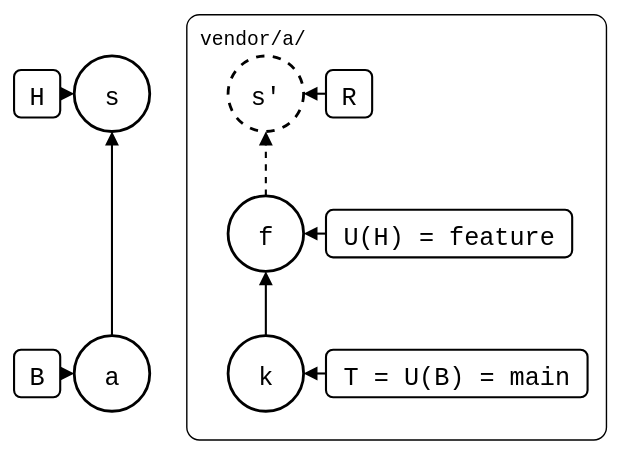
Earlier version of the draw.io export test/scenarios/03-branches-and-teamwork/03-squash-merged-pull/01-local-edit-in-the-squash/local-edit-in-the-squash.drawio.svg (roschaefer/git-splice). Source tidied: cells renumbered, new cells last; positions are measured from the earlier drawing's top-left corner, leaving out a move shared by most shapes. Its diagram source:
```xml
<mxGraphModel background="#ffffff">
  <root>
    <mxCell id="0" />
    <mxCell id="1" parent="0" />
    <mxCell id="2" value="vendor/a/" style="rounded=1;arcSize=3;fillColor=none;strokeWidth=1;fontSize=14;verticalAlign=top;align=left;spacingLeft=8;spacingTop=2;fontFamily=Roboto Mono,monospace;" parent="1" vertex="1">
      <mxGeometry x="123" width="300" height="304" as="geometry" />
    </mxCell>
    <mxCell id="3" value="a" style="ellipse;strokeWidth=2;fontSize=18;fontFamily=Roboto Mono,monospace;" parent="1" vertex="1">
      <mxGeometry x="43" y="230" width="54" height="54" as="geometry" />
    </mxCell>
    <mxCell id="4" value="s" style="ellipse;strokeWidth=2;fontSize=18;fontFamily=Roboto Mono,monospace;" parent="1" vertex="1">
      <mxGeometry x="43" y="30" width="54" height="54" as="geometry" />
    </mxCell>
    <mxCell id="5" value="H" style="rounded=1;strokeWidth=1.5;fontSize=18;fontFamily=Roboto Mono,monospace;" parent="1" vertex="1">
      <mxGeometry y="40" width="33" height="34" as="geometry" />
    </mxCell>
    <mxCell id="6" value="B" style="rounded=1;strokeWidth=1.5;fontSize=18;fontFamily=Roboto Mono,monospace;" parent="1" vertex="1">
      <mxGeometry y="240" width="33" height="34" as="geometry" />
    </mxCell>
    <mxCell id="7" value="k" style="ellipse;strokeWidth=2;fontSize=18;fontFamily=Roboto Mono,monospace;" parent="1" vertex="1">
      <mxGeometry x="153" y="230" width="54" height="54" as="geometry" />
    </mxCell>
    <mxCell id="8" value="f" style="ellipse;strokeWidth=2;fontSize=18;fontFamily=Roboto Mono,monospace;" parent="1" vertex="1">
      <mxGeometry x="153" y="130" width="54" height="54" as="geometry" />
    </mxCell>
    <mxCell id="9" value="s'" style="ellipse;strokeWidth=2;fontSize=18;fontFamily=Roboto Mono,monospace;dashed=1;" parent="1" vertex="1">
      <mxGeometry x="153" y="30" width="54" height="54" as="geometry" />
    </mxCell>
    <mxCell id="10" value="T = U(B) = main" style="rounded=1;strokeWidth=1.5;fontSize=18;fontFamily=Roboto Mono,monospace;" parent="1" vertex="1">
      <mxGeometry x="223" y="240" width="187" height="34" as="geometry" />
    </mxCell>
    <mxCell id="11" value="U(H) = feature" style="rounded=1;strokeWidth=1.5;fontSize=18;fontFamily=Roboto Mono,monospace;" parent="1" vertex="1">
      <mxGeometry x="223" y="140" width="176" height="34" as="geometry" />
    </mxCell>
    <mxCell id="12" value="R" style="rounded=1;strokeWidth=1.5;fontSize=18;fontFamily=Roboto Mono,monospace;" parent="1" vertex="1">
      <mxGeometry x="223" y="40" width="33" height="34" as="geometry" />
    </mxCell>
    <mxCell id="13" style="endArrow=block;endFill=1;html=1;strokeWidth=1.5;rounded=0;" parent="1" edge="1" source="3" target="4">
      <mxGeometry relative="1" as="geometry" />
    </mxCell>
    <mxCell id="14" style="endArrow=block;endFill=1;html=1;strokeWidth=1.5;rounded=0;" parent="1" edge="1" source="5" target="4">
      <mxGeometry relative="1" as="geometry" />
    </mxCell>
    <mxCell id="15" style="endArrow=block;endFill=1;html=1;strokeWidth=1.5;rounded=0;" parent="1" edge="1" source="6" target="3">
      <mxGeometry relative="1" as="geometry" />
    </mxCell>
    <mxCell id="16" style="endArrow=block;endFill=1;html=1;strokeWidth=1.5;rounded=0;" parent="1" edge="1" source="7" target="8">
      <mxGeometry relative="1" as="geometry" />
    </mxCell>
    <mxCell id="17" style="endArrow=block;endFill=1;html=1;strokeWidth=1.5;rounded=0;dashed=1;" parent="1" edge="1" source="8" target="9">
      <mxGeometry relative="1" as="geometry" />
    </mxCell>
    <mxCell id="18" style="endArrow=block;endFill=1;html=1;strokeWidth=1.5;rounded=0;" parent="1" edge="1" source="10" target="7">
      <mxGeometry relative="1" as="geometry" />
    </mxCell>
    <mxCell id="19" style="endArrow=block;endFill=1;html=1;strokeWidth=1.5;rounded=0;" parent="1" edge="1" source="11" target="8">
      <mxGeometry relative="1" as="geometry" />
    </mxCell>
    <mxCell id="20" style="endArrow=block;endFill=1;html=1;strokeWidth=1.5;rounded=0;" parent="1" edge="1" source="12" target="9">
      <mxGeometry relative="1" as="geometry" />
    </mxCell>
  </root>
</mxGraphModel>
```
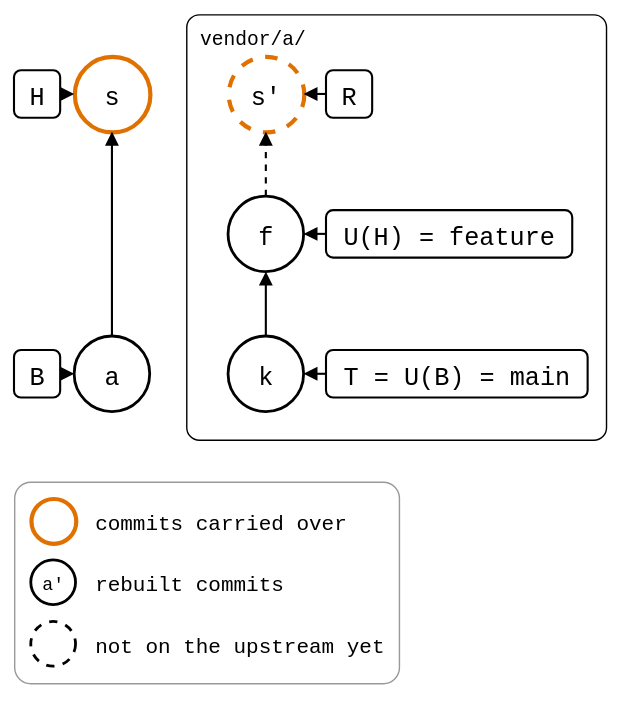
The same diagram one commit later.

The edit, as a diff of the source:
```diff
@@ -8,7 +8,7 @@
     <mxCell id="3" value="a" style="ellipse;strokeWidth=2;fontSize=18;fontFamily=Roboto Mono,monospace;" parent="1" vertex="1">
       <mxGeometry x="43" y="230" width="54" height="54" as="geometry" />
     </mxCell>
-    <mxCell id="4" value="s" style="ellipse;strokeWidth=2;fontSize=18;fontFamily=Roboto Mono,monospace;" parent="1" vertex="1">
+    <mxCell id="4" value="s" style="ellipse;fontSize=18;fontFamily=Roboto Mono,monospace;strokeColor=#E07000;strokeWidth=3;" parent="1" vertex="1">
       <mxGeometry x="43" y="30" width="54" height="54" as="geometry" />
     </mxCell>
     <mxCell id="5" value="H" style="rounded=1;strokeWidth=1.5;fontSize=18;fontFamily=Roboto Mono,monospace;" parent="1" vertex="1">
@@ -23,7 +23,7 @@
     <mxCell id="8" value="f" style="ellipse;strokeWidth=2;fontSize=18;fontFamily=Roboto Mono,monospace;" parent="1" vertex="1">
       <mxGeometry x="153" y="130" width="54" height="54" as="geometry" />
     </mxCell>
-    <mxCell id="9" value="s'" style="ellipse;strokeWidth=2;fontSize=18;fontFamily=Roboto Mono,monospace;dashed=1;" parent="1" vertex="1">
+    <mxCell id="9" value="s'" style="ellipse;fontSize=18;fontFamily=Roboto Mono,monospace;dashed=1;strokeColor=#E07000;strokeWidth=3;" parent="1" vertex="1">
       <mxGeometry x="153" y="30" width="54" height="54" as="geometry" />
     </mxCell>
     <mxCell id="10" value="T = U(B) = main" style="rounded=1;strokeWidth=1.5;fontSize=18;fontFamily=Roboto Mono,monospace;" parent="1" vertex="1">
@@ -59,5 +59,26 @@
     <mxCell id="20" style="endArrow=block;endFill=1;html=1;strokeWidth=1.5;rounded=0;" parent="1" edge="1" source="12" target="9">
       <mxGeometry relative="1" as="geometry" />
     </mxCell>
+    <mxCell id="21" style="rounded=1;arcSize=8;fillColor=none;strokeColor=#999999;strokeWidth=1;legend=1;" parent="1" vertex="1">
+      <mxGeometry y="334" width="275" height="144" as="geometry" />
+    </mxCell>
+    <mxCell id="22" style="ellipse;fontSize=13;fontFamily=Roboto Mono,monospace;strokeColor=#E07000;strokeWidth=3;" parent="21" vertex="1">
+      <mxGeometry x="12" y="12" width="32" height="32" as="geometry" />
+    </mxCell>
+    <mxCell id="23" value="commits carried over" style="text;align=left;verticalAlign=middle;fontSize=15;fontFamily=Roboto Mono,monospace;" parent="21" vertex="1">
+      <mxGeometry x="56" y="12" width="180" height="32" as="geometry" />
+    </mxCell>
+    <mxCell id="24" value="a'" style="ellipse;fontSize=13;fontFamily=Roboto Mono,monospace;strokeWidth=2;" parent="21" vertex="1">
+      <mxGeometry x="12" y="56" width="32" height="32" as="geometry" />
+    </mxCell>
+    <mxCell id="25" value="rebuilt commits" style="text;align=left;verticalAlign=middle;fontSize=15;fontFamily=Roboto Mono,monospace;" parent="21" vertex="1">
+      <mxGeometry x="56" y="56" width="135" height="32" as="geometry" />
+    </mxCell>
+    <mxCell id="26" style="ellipse;fontSize=13;fontFamily=Roboto Mono,monospace;strokeWidth=2;dashed=1;" parent="21" vertex="1">
+      <mxGeometry x="12" y="100" width="32" height="32" as="geometry" />
+    </mxCell>
+    <mxCell id="27" value="not on the upstream yet" style="text;align=left;verticalAlign=middle;fontSize=15;fontFamily=Roboto Mono,monospace;" parent="21" vertex="1">
+      <mxGeometry x="56" y="100" width="207" height="32" as="geometry" />
+    </mxCell>
   </root>
 </mxGraphModel>
```
